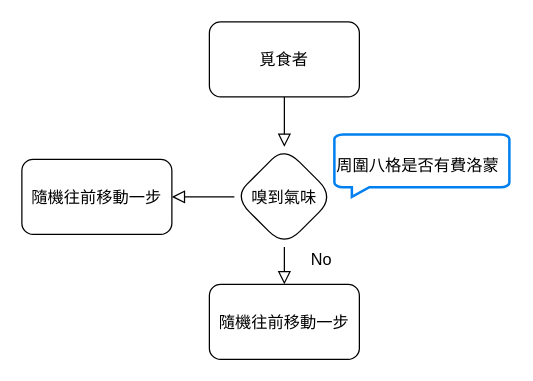
This is page "覓食者的移動" (5 of 5) of Move Rule Diagram.drawio from QiuBingCheng/AntColonySimulation, a draw.io file, before an edit. Source tidied: cells renumbered, new cells numbered last; positions are measured from the earlier drawing's top-left corner, leaving out a move shared by most shapes. Both pictures are drawn from the tidied source at 125%, with x=0, y=0 at pixel (21, 21).
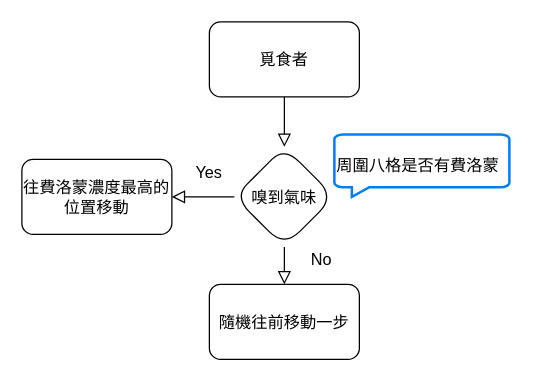
After the change.

Diff of the diagram source:
```diff
@@
 <mxGraphModel>
   <root>
     <mxCell id="0" />
     <mxCell id="1" parent="0" />
     <mxCell id="2" style="edgeStyle=orthogonalEdgeStyle;rounded=0;jettySize=auto;html=1;shadow=0;labelBackgroundColor=none;endArrow=block;endFill=0;endSize=8;strokeWidth=1;fontSize=13;align=right;" parent="1" edge="1" source="3" target="6">
       <mxGeometry relative="1" as="geometry" />
     </mxCell>
     <mxCell id="3" value="覓食者" style="whiteSpace=wrap;html=1;rounded=1;shadow=0;strokeWidth=1;glass=0;fontSize=13;" parent="1" vertex="1">
       <mxGeometry x="150" width="120" height="60" as="geometry" />
     </mxCell>
     <mxCell id="4" style="edgeStyle=orthogonalEdgeStyle;rounded=0;jettySize=auto;html=1;shadow=0;labelBackgroundColor=none;endArrow=block;endFill=0;endSize=8;strokeWidth=1;fontSize=13;align=right;" parent="1" edge="1" source="6" target="8">
       <mxGeometry relative="1" as="geometry" />
     </mxCell>
     <mxCell id="5" style="edgeStyle=orthogonalEdgeStyle;rounded=0;jettySize=auto;html=1;shadow=0;labelBackgroundColor=none;endArrow=block;endFill=0;endSize=8;strokeWidth=1;fontSize=13;align=right;" parent="1" edge="1" source="6" target="10">
       <mxGeometry relative="1" as="geometry" />
     </mxCell>
     <mxCell id="6" value="嗅到氣味" style="rhombus;whiteSpace=wrap;html=1;rounded=1;shadow=0;strokeWidth=1;glass=0;arcSize=35;fontSize=13;" parent="1" vertex="1">
       <mxGeometry x="170" y="100" width="80" height="80" as="geometry" />
     </mxCell>
     <mxCell id="7" value="周圍八格是否有費洛蒙" style="html=1;verticalLabelPosition=middle;align=left;labelBackgroundColor=#ffffff;verticalAlign=middle;strokeWidth=2;strokeColor=#0080F0;shadow=0;dashed=0;shape=mxgraph.ios7.icons.message;fontSize=13;flipH=1;labelPosition=center;" parent="1" vertex="1">
       <mxGeometry x="250" y="90" width="140" height="50" as="geometry" />
     </mxCell>
     <mxCell id="8" value="隨機往前移動一步" style="whiteSpace=wrap;html=1;rounded=1;shadow=0;strokeWidth=1;glass=0;fontSize=13;" parent="1" vertex="1">
       <mxGeometry x="150" y="210" width="120" height="60" as="geometry" />
     </mxCell>
     <mxCell id="9" value="No" style="text;html=1;strokeColor=none;fillColor=none;align=center;verticalAlign=middle;whiteSpace=wrap;rounded=0;fontColor=#000000;fontSize=13;" parent="1" vertex="1">
       <mxGeometry x="220" y="180" width="40" height="20" as="geometry" />
     </mxCell>
-    <mxCell id="10" value="隨機往前移動一步" style="whiteSpace=wrap;html=1;rounded=1;shadow=0;strokeWidth=1;glass=0;fontSize=13;" parent="1" vertex="1">
+    <mxCell id="10" value="往費洛蒙濃度最高的位置移動" style="whiteSpace=wrap;html=1;rounded=1;shadow=0;strokeWidth=1;glass=0;fontSize=13;" parent="1" vertex="1">
       <mxGeometry y="110" width="120" height="60" as="geometry" />
     </mxCell>
+    <mxCell id="11" value="Yes" style="text;html=1;strokeColor=none;fillColor=none;align=center;verticalAlign=middle;whiteSpace=wrap;rounded=0;fontColor=#000000;fontSize=13;" parent="1" vertex="1">
+      <mxGeometry x="130" y="110" width="40" height="20" as="geometry" />
+    </mxCell>
   </root>
 </mxGraphModel>
```
